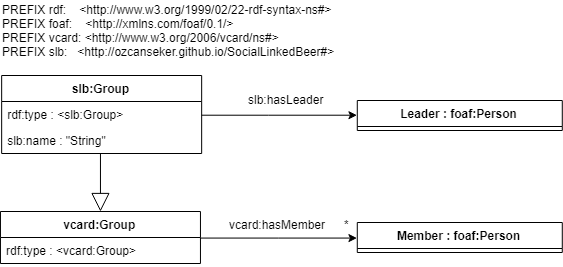
This is docs/images/groupdataontologie.png from ozcanseker/Social-linked-beer, a draw.io export, as it was before one commit. Source tidied: cells renumbered, new cells last; positions are measured from the earlier drawing's top-left corner, leaving out a move shared by most shapes.
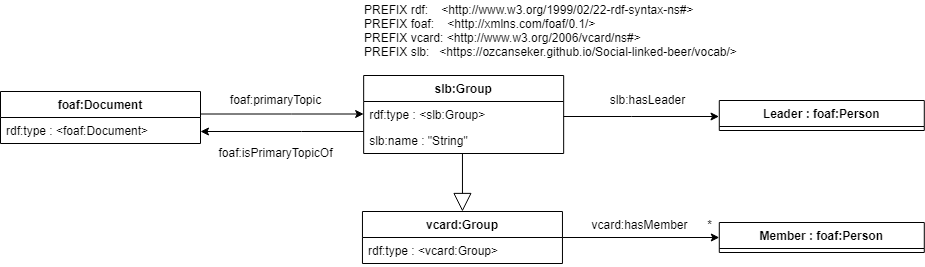
The same file after the commit.

Diff of the diagram source:
```diff
@@ -2,8 +2,8 @@
   <root>
     <mxCell id="0" />
     <mxCell id="1" parent="0" />
-    <mxCell id="2" value="PREFIX rdf:&amp;nbsp; &amp;nbsp; &amp;lt;http://www.w3.org/1999/02/22-rdf-syntax-ns#&amp;gt; &lt;br&gt;PREFIX foaf:&amp;nbsp; &amp;nbsp; &amp;lt;http://xmlns.com/foaf/0.1/&amp;gt;&amp;nbsp;&lt;br&gt;PREFIX vcard: &amp;lt;http://www.w3.org/2006/vcard/ns#&amp;gt;&lt;br&gt;PREFIX slb:&amp;nbsp; &amp;nbsp;&amp;lt;http://ozcanseker.github.io/SocialLinkedBeer#&amp;gt;" style="text;html=1;align=left;verticalAlign=middle;" parent="1" vertex="1">
-      <mxGeometry width="350" height="60" as="geometry" />
+    <mxCell id="2" value="PREFIX rdf:&amp;nbsp; &amp;nbsp; &amp;lt;http://www.w3.org/1999/02/22-rdf-syntax-ns#&amp;gt; &lt;br&gt;PREFIX foaf:&amp;nbsp; &amp;nbsp; &amp;lt;http://xmlns.com/foaf/0.1/&amp;gt;&amp;nbsp;&lt;br&gt;PREFIX vcard: &amp;lt;http://www.w3.org/2006/vcard/ns#&amp;gt;&lt;br&gt;PREFIX slb:&amp;nbsp; &amp;nbsp;&amp;lt;https://ozcanseker.github.io/Social-linked-beer/vocab/&amp;gt;" style="text;html=1;align=left;verticalAlign=middle;" parent="1" vertex="1">
+      <mxGeometry width="390" height="60" as="geometry" />
     </mxCell>
     <mxCell id="3" style="edgeStyle=orthogonalEdgeStyle;rounded=0;jettySize=auto;html=1;entryX=0;entryY=0.5;entryDx=0;entryDy=0;" parent="1" edge="1" source="4" target="6">
       <mxGeometry relative="1" as="geometry" />
@@ -23,7 +23,7 @@
     <mxCell id="8" value="vcard:hasMember" style="text;html=1;align=center;verticalAlign=middle;" parent="1" vertex="1">
       <mxGeometry x="221.5" y="214" width="110" height="20" as="geometry" />
     </mxCell>
-    <mxCell id="9" style="edgeStyle=orthogonalEdgeStyle;rounded=0;jettySize=auto;html=1;entryX=0;entryY=0.5;entryDx=0;entryDy=0;" parent="1" edge="1" source="10" target="13">
+    <mxCell id="9" style="edgeStyle=orthogonalEdgeStyle;rounded=0;jettySize=auto;html=1;entryX=0;entryY=0.5;entryDx=0;entryDy=0;" parent="1" edge="1" source="11" target="14">
       <mxGeometry relative="1" as="geometry">
         <Array as="points">
           <mxPoint x="268" y="115" />
@@ -31,25 +31,53 @@
         </Array>
       </mxGeometry>
     </mxCell>
-    <mxCell id="10" value="slb:Group" style="swimlane;fontStyle=1;align=center;verticalAlign=top;horizontal=1;startSize=26;" parent="1" vertex="1">
-      <mxGeometry x="1.2" y="75" width="200" height="78" as="geometry" />
+    <mxCell id="10" style="edgeStyle=orthogonalEdgeStyle;rounded=0;jettySize=auto;html=1;" parent="1" edge="1" source="11" target="21">
+      <mxGeometry relative="1" as="geometry">
+        <Array as="points">
+          <mxPoint x="-62" y="130" />
+          <mxPoint x="-62" y="130" />
+        </Array>
+      </mxGeometry>
     </mxCell>
-    <mxCell id="11" value="rdf:type : &lt;slb:Group&gt; &#10; " style="text;strokeColor=none;fillColor=none;align=left;verticalAlign=top;spacingLeft=4;spacingRight=4;overflow=hidden;points=[[0,0.5],[1,0.5]];portConstraint=eastwest;" parent="10" vertex="1">
-      <mxGeometry y="26" width="200" height="26" as="geometry" />
+    <mxCell id="11" value="slb:Group" style="swimlane;fontStyle=1;align=center;verticalAlign=top;horizontal=1;startSize=26;" parent="1" vertex="1">
+      <mxGeometry x="1.2" y="75" width="200" height="78" as="geometry" />
     </mxCell>
-    <mxCell id="12" value="slb:name : &quot;String&quot; &#10; " style="text;strokeColor=none;fillColor=none;align=left;verticalAlign=top;spacingLeft=4;spacingRight=4;overflow=hidden;" parent="10" vertex="1">
-      <mxGeometry y="52" width="200" height="26" as="geometry" />
+    <mxCell id="12" value="rdf:type : &lt;slb:Group&gt; &#10; " style="text;strokeColor=none;fillColor=none;align=left;verticalAlign=top;spacingLeft=4;spacingRight=4;overflow=hidden;" parent="11" vertex="1">
+      <mxGeometry y="26" width="200" height="26" as="geometry" />
     </mxCell>
-    <mxCell id="13" value="Leader : foaf:Person" style="swimlane;fontStyle=1;align=center;verticalAlign=top;horizontal=1;startSize=26;" parent="1" vertex="1">
-      <mxGeometry x="356.8" y="100" width="205" height="30" as="geometry" />
+    <mxCell id="13" value="slb:name : &quot;String&quot; &#10; " style="text;strokeColor=none;fillColor=none;align=left;verticalAlign=top;spacingLeft=4;spacingRight=4;overflow=hidden;points=[[0,0.5],[1,0.5]];portConstraint=eastwest;" parent="11" vertex="1">
+      <mxGeometry y="52" width="200" height="26" as="geometry" />
     </mxCell>
-    <mxCell id="14" value="slb:hasLeader" style="text;html=1;align=center;verticalAlign=middle;points=[];" parent="1" vertex="1">
-      <mxGeometry x="240.3" y="89" width="90" height="20" as="geometry" />
+    <mxCell id="14" value="Leader : foaf:Person" style="swimlane;fontStyle=1;align=center;verticalAlign=top;horizontal=1;startSize=26;" parent="1" vertex="1">
+      <mxGeometry x="356.8" y="100" width="205" height="30" as="geometry" />
     </mxCell>
-    <mxCell id="15" style="endArrow=block;endSize=16;endFill=0;html=1;targetPerimeterSpacing=16;sourcePerimeterSpacing=0;entryX=0.5;entryY=0;entryDx=0;entryDy=0;startSize=0;" parent="1" edge="1" target="4">
-      <mxGeometry relative="1" as="geometry">
-        <mxPoint x="100" y="153" as="sourcePoint" />
-      </mxGeometry>
+    <mxCell id="15" value="slb:hasLeader" style="text;html=1;align=center;verticalAlign=middle;" parent="1" vertex="1">
+      <mxGeometry x="240.3" y="89" width="90" height="20" as="geometry" />
     </mxCell>
+    <mxCell id="16" style="endArrow=block;endSize=16;endFill=0;html=1;targetPerimeterSpacing=16;sourcePerimeterSpacing=0;entryX=0.5;entryY=0;entryDx=0;entryDy=0;startSize=0;" parent="1" edge="1" target="4">
+      <mxGeometry relative="1" as="geometry">
+        <mxPoint x="100" y="153" as="sourcePoint" />
+      </mxGeometry>
+    </mxCell>
+    <mxCell id="17" value="foaf:primaryTopic" style="text;html=1;align=center;verticalAlign=middle;" parent="1" vertex="1">
+      <mxGeometry x="-142" y="89" width="110" height="20" as="geometry" />
+    </mxCell>
+    <mxCell id="18" value="foaf:isPrimaryTopicOf" style="text;html=1;align=center;verticalAlign=middle;" parent="1" vertex="1">
+      <mxGeometry x="-152" y="142" width="130" height="20" as="geometry" />
+    </mxCell>
+    <mxCell id="19" style="edgeStyle=orthogonalEdgeStyle;rounded=0;jettySize=auto;html=1;" parent="1" edge="1" source="20" target="11">
+      <mxGeometry relative="1" as="geometry">
+        <Array as="points">
+          <mxPoint x="-72" y="114" />
+          <mxPoint x="-72" y="114" />
+        </Array>
+      </mxGeometry>
+    </mxCell>
+    <mxCell id="20" value="foaf:Document" style="swimlane;fontStyle=1;align=center;verticalAlign=top;horizontal=1;startSize=26;" parent="1" vertex="1">
+      <mxGeometry x="-362" y="91" width="200" height="52" as="geometry" />
+    </mxCell>
+    <mxCell id="21" value="rdf:type : &lt;foaf:Document&gt; &#10; " style="text;strokeColor=none;fillColor=none;align=left;verticalAlign=top;spacingLeft=4;spacingRight=4;overflow=hidden;points=[[0,0.5],[1,0.5]];portConstraint=eastwest;" parent="20" vertex="1">
+      <mxGeometry y="26" width="200" height="26" as="geometry" />
+    </mxCell>
   </root>
 </mxGraphModel>
```
